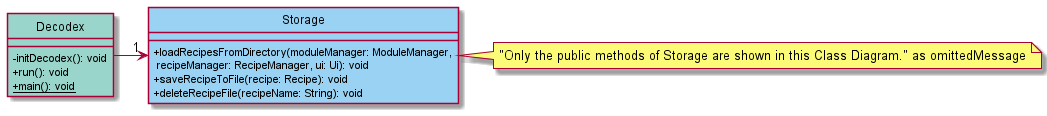
rizemon/tp keeps this PlantUML diagram as docs/images/dg/StorageClass.png. Above is the earlier version.
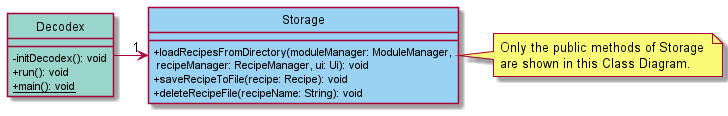
After the change.

Diff of the diagram source:
```diff
@@ -6,7 +6,7 @@
 
 Decodex -> "1" Storage
 
-note right of Storage:"Only the public methods of Storage are shown in this Class Diagram." as omittedMessage
+note right of Storage: Only the public methods of Storage \nare shown in this Class Diagram.
 
 class Decodex DECODEX_COLOR {
   - initDecodex(): void
```
